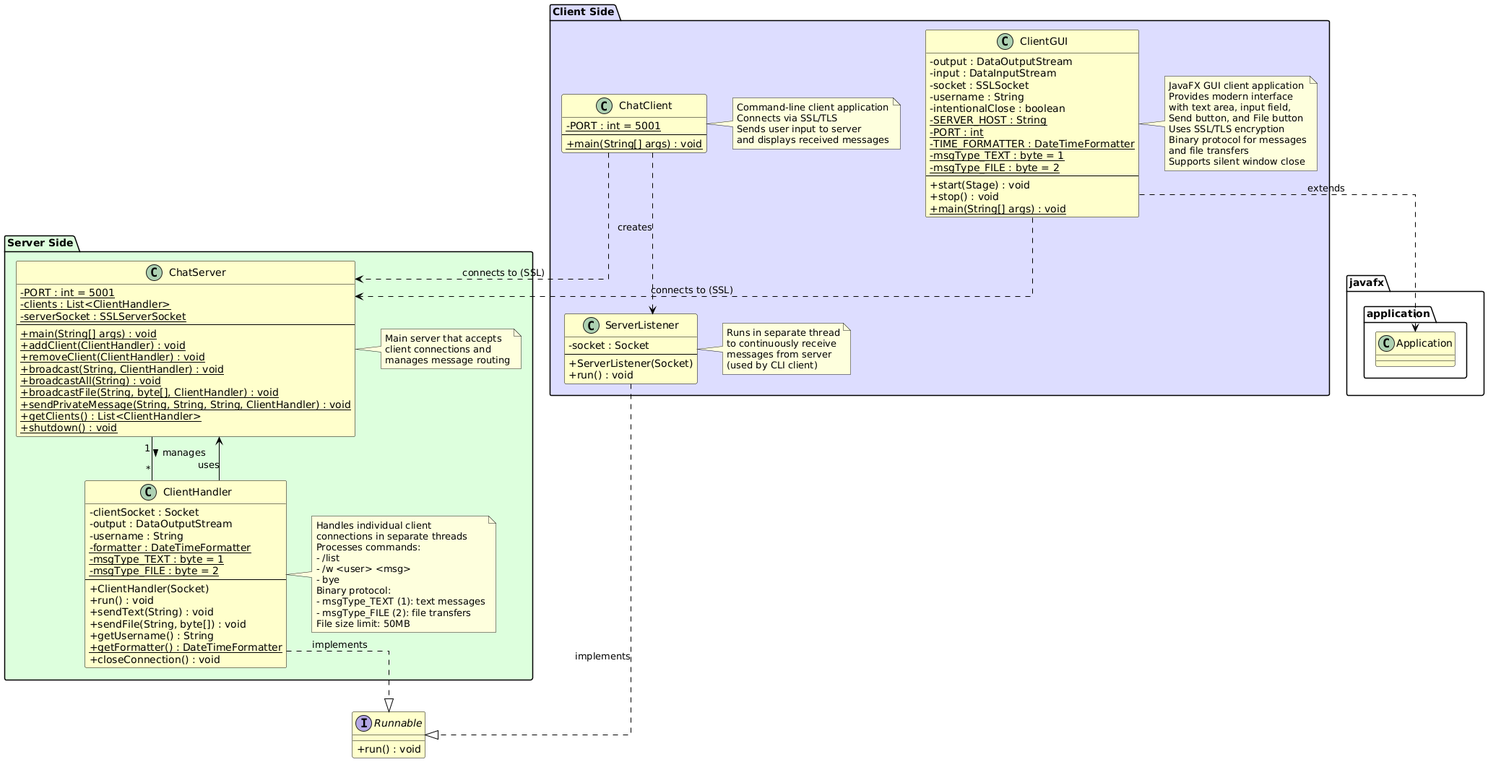
OmarElmelegy/ChatUp keeps this PlantUML diagram as diagrams/ChatSystem Class Diagram.png. Above is the earlier version.
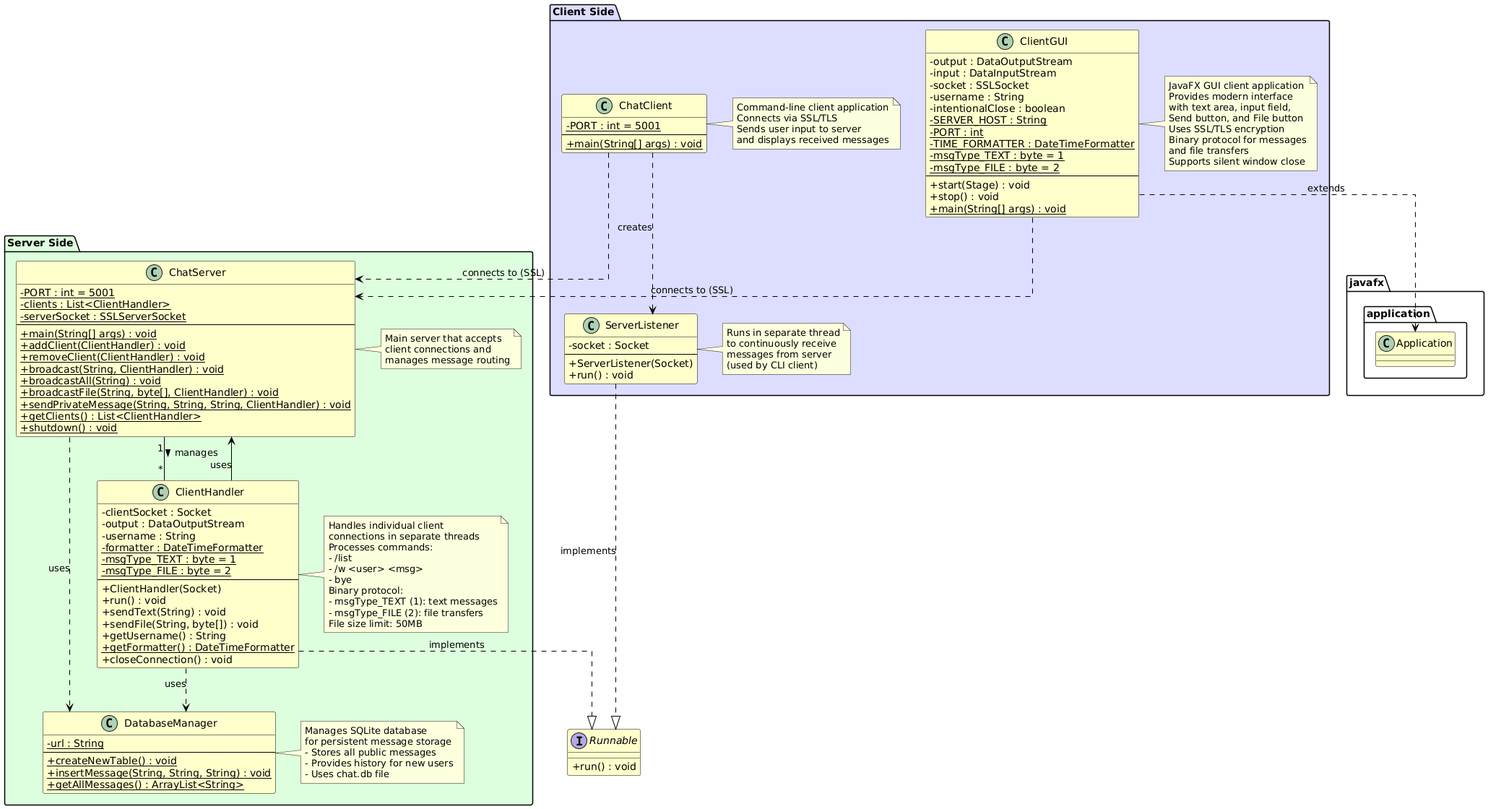
Later version of the same file.

Commit message:
Add database persistence, thread synchronization, and update documentation

Diff of the diagram source:
```diff
@@ -48,6 +48,14 @@
         + closeConnection() : void
     }
 
+    class DatabaseManager {
+        {static} - url : String
+        --
+        {static} + createNewTable() : void
+        {static} + insertMessage(String, String, String) : void
+        {static} + getAllMessages() : ArrayList<String>
+    }
+
     note right of ChatServer
       Main server that accepts
       client connections and
@@ -65,6 +73,14 @@
       - msgType_TEXT (1): text messages
       - msgType_FILE (2): file transfers
       File size limit: 50MB
+    end note
+
+    note right of DatabaseManager
+      Manages SQLite database
+      for persistent message storage
+      - Stores all public messages
+      - Provides history for new users
+      - Uses chat.db file
     end note
 }
 
@@ -127,6 +143,8 @@
 
 ChatServer "1" -- "*" ClientHandler : manages >
 ClientHandler ..|> Runnable : implements
+ClientHandler ..> DatabaseManager : uses
+ChatServer ..> DatabaseManager : uses
 
 ChatClient ..> ServerListener : creates
 ServerListener ..|> Runnable : implements
```
